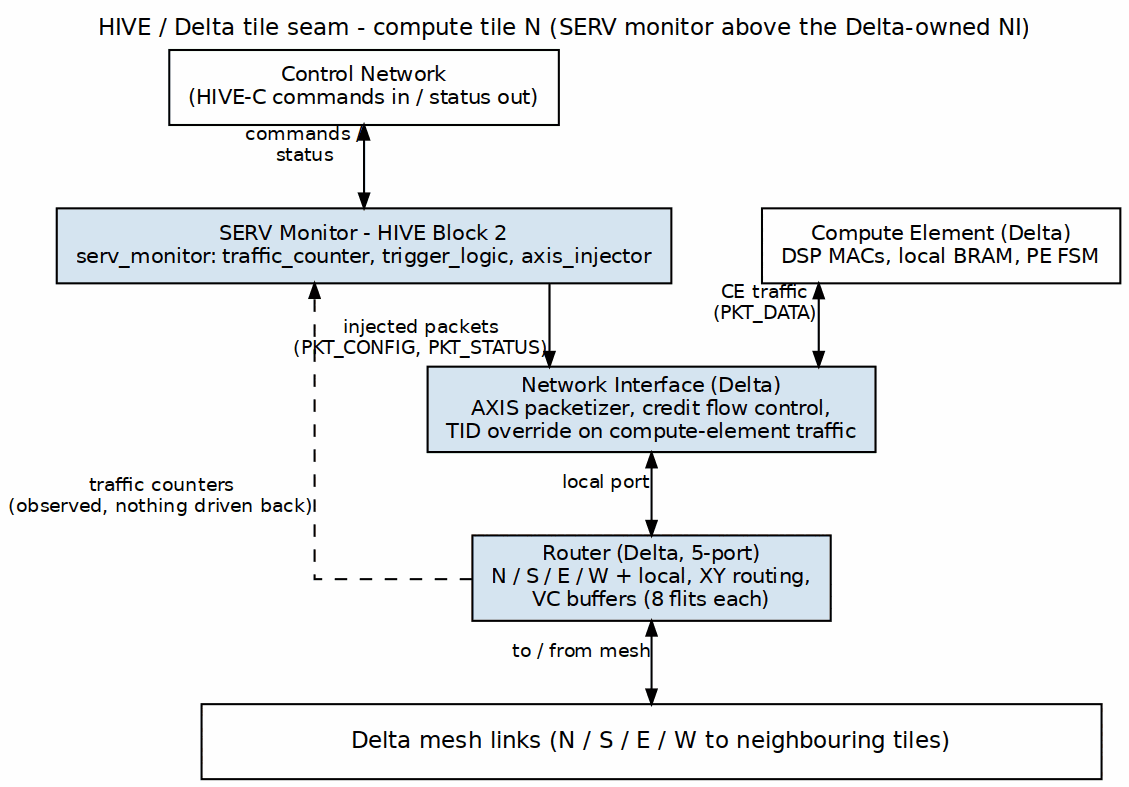
Before: projects/components/compute-eng-ip/hive-serv/docs/hive_has/assets/graphviz/04_tile_seam.png, a diagram exported from Graphviz (sean-galloway/RTLDesignSherpa). Its source is kept beside it as projects/components/compute-eng-ip/hive-serv/docs/hive_has/assets/graphviz/04_tile_seam.dot.
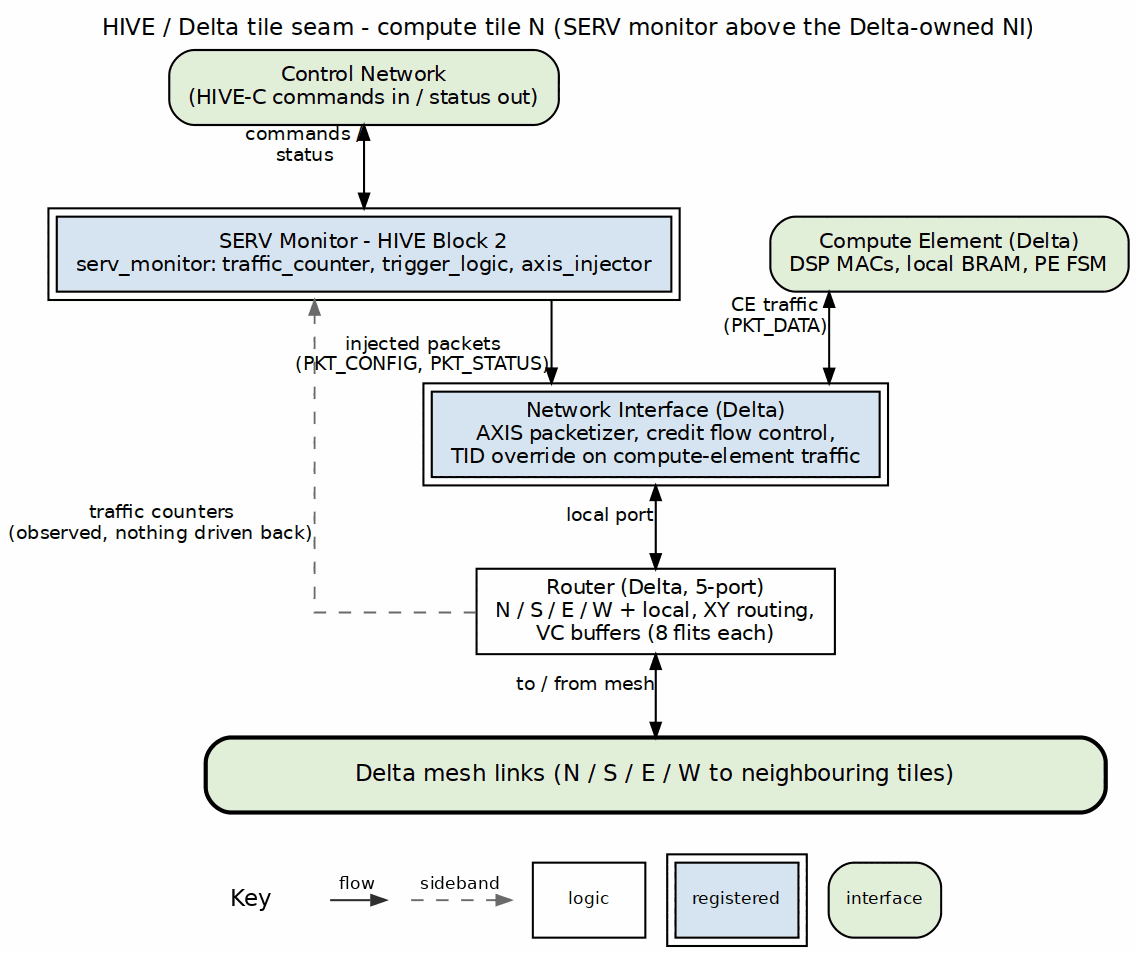
After the change.

What changed in the source:
```diff
@@ -4,23 +4,23 @@
            label="HIVE / Delta tile seam - compute tile N (SERV monitor above the Delta-owned NI)",
            labelloc=t, labeljust=c];
     node  [fontname="Helvetica", fontsize=10, shape=box, style=filled,
-           fillcolor="#D6E4F0", color="black", margin="0.12,0.06"];
+           fillcolor="white", color="black", margin="0.12,0.06"];
     edge  [fontname="Helvetica", fontsize=9, color="black", arrowsize=0.7];
 
-    cn   [label="Control Network\n(HIVE-C commands in / status out)", fillcolor="white"];
-    serv [label="SERV Monitor - HIVE Block 2\nserv_monitor: traffic_counter, trigger_logic, axis_injector"];
-    ce   [label="Compute Element (Delta)\nDSP MACs, local BRAM, PE FSM", fillcolor="white"];
-    ni   [label="Network Interface (Delta)\nAXIS packetizer, credit flow control,\nTID override on compute-element traffic"];
-    rtr  [label="Router (Delta, 5-port)\nN / S / E / W + local, XY routing,\nVC buffers (8 flits each)"];
+    cn   [label="Control Network\n(HIVE-C commands in / status out)", fillcolor="white", style="rounded,filled", fillcolor="#E2EFDA"];
+    serv [label="SERV Monitor - HIVE Block 2\nserv_monitor: traffic_counter, trigger_logic, axis_injector", peripheries=2, style="filled", fillcolor="#D6E4F0"];
+    ce   [label="Compute Element (Delta)\nDSP MACs, local BRAM, PE FSM", fillcolor="white", style="rounded,filled", fillcolor="#E2EFDA"];
+    ni   [label="Network Interface (Delta)\nAXIS packetizer, credit flow control,\nTID override on compute-element traffic", peripheries=2, style="filled", fillcolor="#D6E4F0"];
+    rtr  [label="Router (Delta, 5-port)\nN / S / E / W + local, XY routing,\nVC buffers (8 flits each)", style="filled", fillcolor="white"];
 
-    bar  [label="Delta mesh links (N / S / E / W to neighbouring tiles)", fillcolor="white", width=6, height=0.5, fontsize=11];
+    bar  [label="Delta mesh links (N / S / E / W to neighbouring tiles)", fillcolor="white", width=6, height=0.5, fontsize=11, style="rounded,filled,bold", fillcolor="#E2EFDA"];
 
     cn   -> serv [dir=both, xlabel="commands /\nstatus"];
     serv -> ni   [xlabel="injected packets\n(PKT_CONFIG, PKT_STATUS)"];
     ce   -> ni   [dir=both, xlabel="CE traffic\n(PKT_DATA)"];
     ni   -> rtr  [dir=both, xlabel="local port"];
     rtr  -> bar  [dir=both, xlabel="to / from mesh"];
-    rtr  -> serv [style=dashed, xlabel="traffic counters\n(observed, nothing driven back)", constraint=false];
+    rtr  -> serv [style=dashed, color="#777777", xlabel="traffic counters\n(observed, nothing driven back)", constraint=false];
 
     { rank=same; serv; ce; }
     serv -> ce [style=invis];
```
